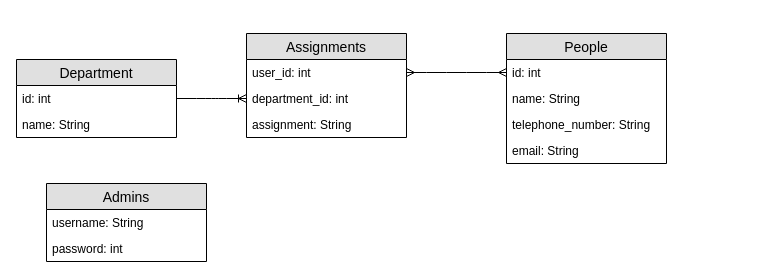
This is Database.drawio from AtkaHUN/Workplace-contacts, a draw.io file, before an edit. Source tidied: cells renumbered, new cells numbered last; positions are measured from the earlier drawing's top-left corner, leaving out a move shared by most shapes. Both pictures are drawn from the tidied source at 100%, with x=0, y=0 at pixel (16, 33).
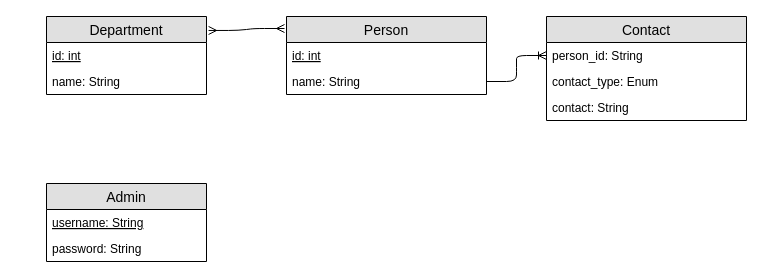
Above is the later version.

Diff of the diagram source:
```diff
@@
 <mxGraphModel>
   <root>
     <mxCell id="0" />
     <mxCell id="1" parent="0" />
-    <mxCell id="2" style="edgeStyle=entityRelationEdgeStyle;fontSize=12;html=1;endArrow=ERoneToMany;exitX=1;exitY=0.5;exitDx=0;exitDy=0;entryX=0;entryY=0.5;entryDx=0;entryDy=0;" parent="1" edge="1" source="9" target="13">
-      <mxGeometry relative="1" as="geometry" />
-    </mxCell>
-    <mxCell id="3" value="People" style="swimlane;fontStyle=0;horizontal=1;startSize=26;fillColor=#e0e0e0;swimlaneFillColor=#ffffff;align=center;fontSize=14;" parent="1" vertex="1">
-      <mxGeometry x="490" width="160" height="130" as="geometry" />
+    <mxCell id="3" value="Person" style="swimlane;fontStyle=0;horizontal=1;startSize=26;fillColor=#e0e0e0;swimlaneFillColor=#ffffff;align=center;fontSize=14;" parent="1" vertex="1">
+      <mxGeometry x="270" y="-17" width="200" height="78" as="geometry" />
     </mxCell>
-    <mxCell id="4" value="id: int" style="text;strokeColor=none;fillColor=none;align=left;verticalAlign=top;spacingLeft=4;spacingRight=4;overflow=hidden;points=[[0,0.5],[1,0.5]];portConstraint=eastwest;" parent="3" vertex="1">
-      <mxGeometry y="26" width="160" height="26" as="geometry" />
+    <mxCell id="4" value="id: int" style="text;strokeColor=none;fillColor=none;align=left;verticalAlign=top;spacingLeft=4;spacingRight=4;overflow=hidden;points=[[0,0.5],[1,0.5]];portConstraint=eastwest;fontStyle=4;" parent="3" vertex="1">
+      <mxGeometry y="26" width="200" height="26" as="geometry" />
     </mxCell>
     <mxCell id="5" value="name: String" style="text;strokeColor=none;fillColor=none;align=left;verticalAlign=top;spacingLeft=4;spacingRight=4;overflow=hidden;points=[[0,0.5],[1,0.5]];portConstraint=eastwest;" parent="3" vertex="1">
-      <mxGeometry y="52" width="160" height="26" as="geometry" />
+      <mxGeometry y="52" width="200" height="26" as="geometry" />
     </mxCell>
-    <mxCell id="6" value="telephone_number: String" style="text;strokeColor=none;fillColor=none;align=left;verticalAlign=top;spacingLeft=4;spacingRight=4;overflow=hidden;" parent="3" vertex="1">
-      <mxGeometry y="78" width="160" height="26" as="geometry" />
-    </mxCell>
-    <mxCell id="7" value="email: String" style="text;strokeColor=none;fillColor=none;align=left;verticalAlign=top;spacingLeft=4;spacingRight=4;overflow=hidden;" parent="3" vertex="1">
-      <mxGeometry y="104" width="160" height="26" as="geometry" />
-    </mxCell>
     <mxCell id="8" value="Department" style="swimlane;fontStyle=0;horizontal=1;startSize=26;fillColor=#e0e0e0;swimlaneFillColor=#ffffff;align=center;fontSize=14;" parent="1" vertex="1">
-      <mxGeometry y="26" width="160" height="78" as="geometry" />
+      <mxGeometry x="30" y="-17" width="160" height="78" as="geometry" />
     </mxCell>
-    <mxCell id="9" value="id: int" style="text;strokeColor=none;fillColor=none;align=left;verticalAlign=top;spacingLeft=4;spacingRight=4;overflow=hidden;points=[[0,0.5],[1,0.5]];portConstraint=eastwest;" parent="8" vertex="1">
+    <mxCell id="9" value="id: int" style="text;strokeColor=none;fillColor=none;align=left;verticalAlign=top;spacingLeft=4;spacingRight=4;overflow=hidden;points=[[0,0.5],[1,0.5]];portConstraint=eastwest;fontStyle=4;" parent="8" vertex="1">
       <mxGeometry y="26" width="160" height="26" as="geometry" />
     </mxCell>
     <mxCell id="10" value="name: String" style="text;strokeColor=none;fillColor=none;align=left;verticalAlign=top;spacingLeft=4;spacingRight=4;overflow=hidden;" parent="8" vertex="1">
       <mxGeometry y="52" width="160" height="26" as="geometry" />
     </mxCell>
-    <mxCell id="11" value="Assignments" style="swimlane;fontStyle=0;horizontal=1;startSize=26;fillColor=#e0e0e0;swimlaneFillColor=#ffffff;align=center;fontSize=14;" parent="1" vertex="1">
-      <mxGeometry x="230" width="160" height="104" as="geometry" />
-    </mxCell>
-    <mxCell id="12" value="user_id: int" style="text;strokeColor=none;fillColor=none;spacingLeft=4;spacingRight=4;overflow=hidden;points=[[0,0.5],[1,0.5]];portConstraint=eastwest;fontSize=12;" parent="11" vertex="1">
-      <mxGeometry y="26" width="160" height="26" as="geometry" />
-    </mxCell>
-    <mxCell id="13" value="department_id: int" style="text;strokeColor=none;fillColor=none;spacingLeft=4;spacingRight=4;overflow=hidden;points=[[0,0.5],[1,0.5]];portConstraint=eastwest;fontSize=12;" parent="11" vertex="1">
-      <mxGeometry y="52" width="160" height="26" as="geometry" />
-    </mxCell>
-    <mxCell id="14" value="assignment: String" style="text;strokeColor=none;fillColor=none;align=left;verticalAlign=top;spacingLeft=4;spacingRight=4;overflow=hidden;" parent="11" vertex="1">
-      <mxGeometry y="78" width="160" height="26" as="geometry" />
-    </mxCell>
-    <mxCell id="15" style="edgeStyle=entityRelationEdgeStyle;fontSize=12;html=1;endArrow=ERmany;startArrow=ERmany;entryX=0;entryY=0.5;entryDx=0;entryDy=0;" parent="1" edge="1" source="12" target="4">
+    <mxCell id="15" style="edgeStyle=entityRelationEdgeStyle;fontSize=12;html=1;endArrow=ERmany;startArrow=ERmany;entryX=-0.01;entryY=0.154;entryDx=0;entryDy=0;exitX=1.013;exitY=0.179;exitDx=0;exitDy=0;entryPerimeter=0;exitPerimeter=0;" parent="1" edge="1" source="8" target="3">
       <mxGeometry relative="1" as="geometry" />
     </mxCell>
-    <mxCell id="16" value="Admins" style="swimlane;fontStyle=0;horizontal=1;startSize=26;fillColor=#e0e0e0;swimlaneFillColor=#ffffff;align=center;fontSize=14;" parent="1" vertex="1">
+    <mxCell id="16" value="Admin" style="swimlane;fontStyle=0;horizontal=1;startSize=26;fillColor=#e0e0e0;swimlaneFillColor=#ffffff;align=center;fontSize=14;" parent="1" vertex="1">
       <mxGeometry x="30" y="150" width="160" height="78" as="geometry" />
     </mxCell>
-    <mxCell id="17" value="username: String" style="text;strokeColor=none;fillColor=none;spacingLeft=4;spacingRight=4;overflow=hidden;fontSize=12;" parent="16" vertex="1">
+    <mxCell id="17" value="username: String" style="text;strokeColor=none;fillColor=none;spacingLeft=4;spacingRight=4;overflow=hidden;fontSize=12;fontStyle=4;" parent="16" vertex="1">
       <mxGeometry y="26" width="160" height="26" as="geometry" />
     </mxCell>
-    <mxCell id="18" value="password: int" style="text;strokeColor=none;fillColor=none;spacingLeft=4;spacingRight=4;overflow=hidden;fontSize=12;" parent="16" vertex="1">
+    <mxCell id="18" value="password: String" style="text;strokeColor=none;fillColor=none;spacingLeft=4;spacingRight=4;overflow=hidden;fontSize=12;" parent="16" vertex="1">
       <mxGeometry y="52" width="160" height="26" as="geometry" />
     </mxCell>
+    <mxCell id="19" value="Contact" style="swimlane;fontStyle=0;horizontal=1;startSize=26;fillColor=#e0e0e0;swimlaneFillColor=#ffffff;align=center;fontSize=14;" parent="1" vertex="1">
+      <mxGeometry x="530" y="-17" width="200" height="104" as="geometry" />
+    </mxCell>
+    <mxCell id="20" value="person_id: String" style="text;strokeColor=none;fillColor=none;align=left;verticalAlign=top;spacingLeft=4;spacingRight=4;overflow=hidden;points=[[0,0.5],[1,0.5]];portConstraint=eastwest;" parent="19" vertex="1">
+      <mxGeometry y="26" width="200" height="26" as="geometry" />
+    </mxCell>
+    <mxCell id="21" value="contact_type: Enum" style="text;strokeColor=none;fillColor=none;align=left;verticalAlign=top;spacingLeft=4;spacingRight=4;overflow=hidden;" parent="19" vertex="1">
+      <mxGeometry y="52" width="200" height="26" as="geometry" />
+    </mxCell>
+    <mxCell id="22" value="contact: String" style="text;strokeColor=none;fillColor=none;align=left;verticalAlign=top;spacingLeft=4;spacingRight=4;overflow=hidden;" parent="19" vertex="1">
+      <mxGeometry y="78" width="200" height="26" as="geometry" />
+    </mxCell>
+    <mxCell id="23" style="edgeStyle=entityRelationEdgeStyle;fontSize=12;html=1;endArrow=ERoneToMany;entryX=0;entryY=0.5;entryDx=0;entryDy=0;exitX=1;exitY=0.5;exitDx=0;exitDy=0;" parent="1" edge="1" source="5" target="20">
+      <mxGeometry relative="1" as="geometry" />
+    </mxCell>
   </root>
 </mxGraphModel>
```
